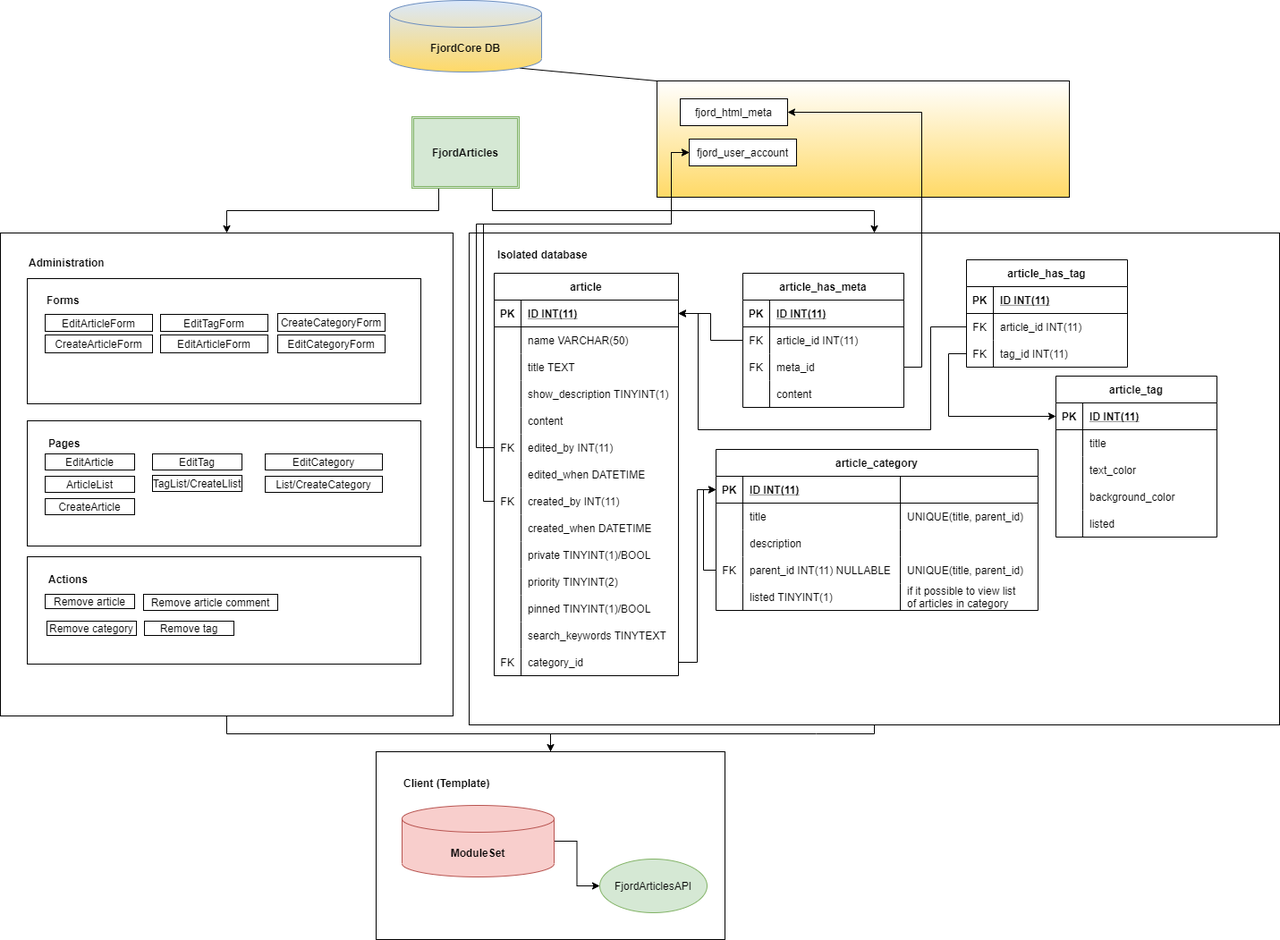
Before: Articles/model.png, a diagram exported from draw.io (fjordcms/modules). Source tidied: cells renumbered, new cells last; positions are measured from the earlier drawing's top-left corner, leaving out a move shared by most shapes.
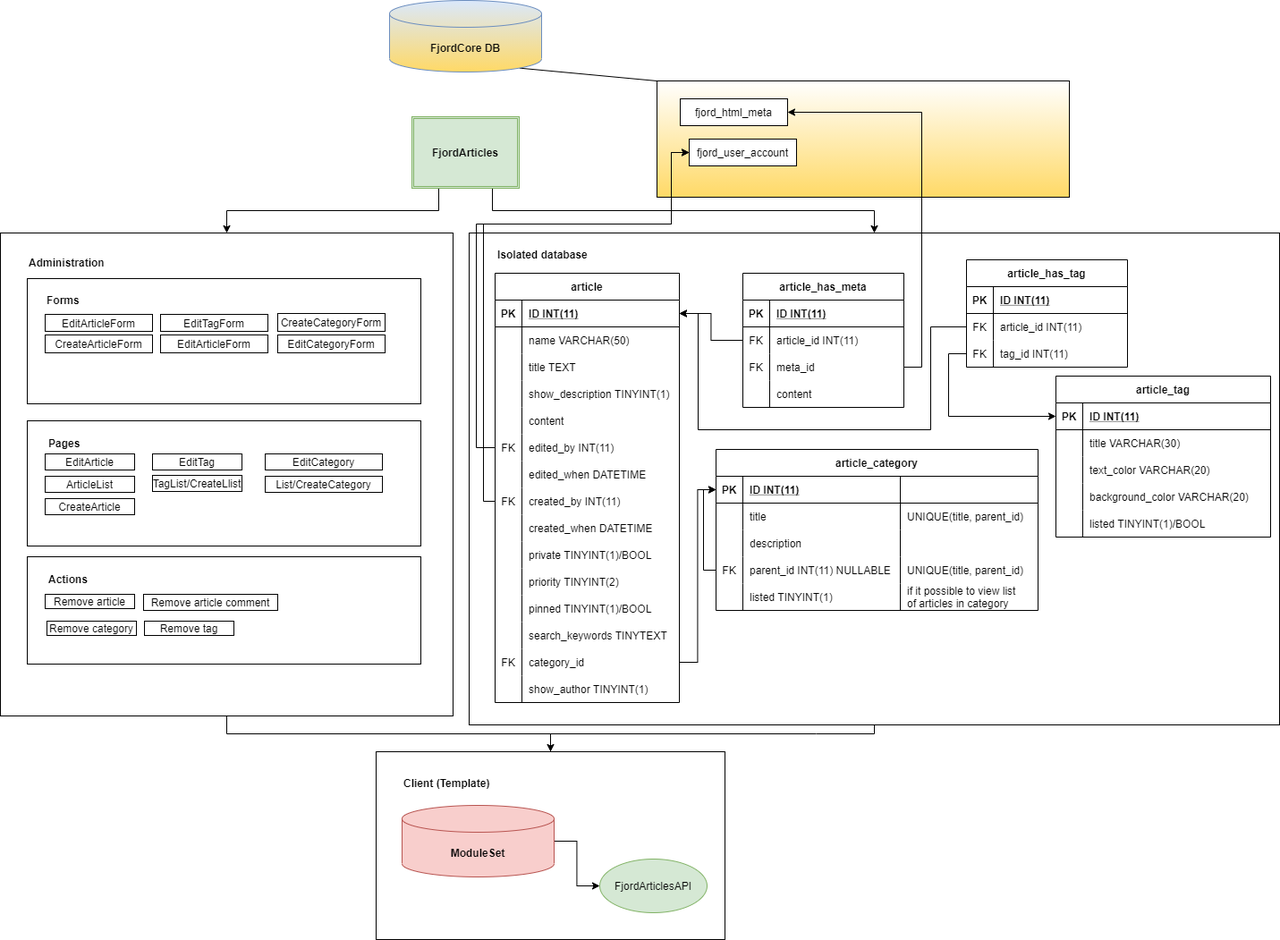
After the commit.

Commit message:
changed models (diagrams), created userprofile diagram and navigation module

Change to the diagram source:
```diff
@@ -20,7 +20,7 @@
       <mxGeometry x="524" y="260" width="906" height="550" as="geometry" />
     </mxCell>
     <mxCell id="6" value="article" style="shape=table;startSize=30;rowLines=0;fontStyle=1;align=center;" parent="1" vertex="1">
-      <mxGeometry x="552" y="305" width="206" height="450" as="geometry" />
+      <mxGeometry x="553" y="305" width="206" height="480" as="geometry" />
     </mxCell>
     <mxCell id="7" style="shape=tableRow;horizontal=0;startSize=0;swimlaneHead=0;swimlaneBody=0;fillColor=none;points=[[0,0.5],[1,0.5]];portConstraint=eastwest;top=0;left=0;right=0;bottom=1;" parent="6" vertex="1">
       <mxGeometry y="30" width="206" height="30" as="geometry" />
@@ -148,6 +148,15 @@
     <mxCell id="48" value="category_id" style="shape=partialRectangle;fillColor=none;top=0;left=0;bottom=0;right=0;align=left;spacingLeft=6;overflow=hidden;" parent="46" vertex="1">
       <mxGeometry x="30" width="176" height="30" as="geometry" />
     </mxCell>
+    <mxCell id="155" style="shape=tableRow;horizontal=0;startSize=0;swimlaneHead=0;swimlaneBody=0;fillColor=none;top=0;left=0;right=0;bottom=0;" parent="6" vertex="1">
+      <mxGeometry y="450" width="206" height="30" as="geometry" />
+    </mxCell>
+    <mxCell id="156" style="shape=partialRectangle;fillColor=none;top=0;left=0;bottom=0;right=0;overflow=hidden;" parent="155" vertex="1">
+      <mxGeometry width="30" height="30" as="geometry" />
+    </mxCell>
+    <mxCell id="157" value="show_author TINYINT(1)" style="shape=partialRectangle;fillColor=none;top=0;left=0;bottom=0;right=0;align=left;spacingLeft=6;overflow=hidden;" parent="155" vertex="1">
+      <mxGeometry x="30" width="176" height="30" as="geometry" />
+    </mxCell>
     <mxCell id="49" value="article_has_meta" style="shape=table;startSize=30;rowLines=0;fontStyle=1;align=center;" parent="1" vertex="1">
       <mxGeometry x="830" y="305" width="180" height="150" as="geometry" />
     </mxCell>
@@ -361,52 +370,52 @@
       <mxGeometry x="161" y="694" width="100" height="16" as="geometry" />
     </mxCell>
     <mxCell id="118" value="article_tag" style="shape=table;startSize=30;rowLines=0;fontStyle=1;align=center;" parent="1" vertex="1">
-      <mxGeometry x="1180" y="420" width="180" height="180" as="geometry" />
+      <mxGeometry x="1180" y="420" width="240" height="180" as="geometry" />
     </mxCell>
     <mxCell id="119" style="shape=tableRow;horizontal=0;startSize=0;swimlaneHead=0;swimlaneBody=0;fillColor=none;top=0;left=0;right=0;bottom=1;" parent="118" vertex="1">
-      <mxGeometry y="30" width="180" height="30" as="geometry" />
+      <mxGeometry y="30" width="240" height="30" as="geometry" />
     </mxCell>
     <mxCell id="120" value="PK" style="shape=partialRectangle;fillColor=none;top=0;left=0;bottom=0;right=0;fontStyle=1;overflow=hidden;" parent="119" vertex="1">
       <mxGeometry width="30" height="30" as="geometry" />
     </mxCell>
     <mxCell id="121" value="ID INT(11)" style="shape=partialRectangle;fillColor=none;top=0;left=0;bottom=0;right=0;align=left;spacingLeft=6;fontStyle=5;overflow=hidden;" parent="119" vertex="1">
-      <mxGeometry x="30" width="150" height="30" as="geometry" />
+      <mxGeometry x="30" width="210" height="30" as="geometry" />
     </mxCell>
     <mxCell id="122" style="shape=tableRow;horizontal=0;startSize=0;swimlaneHead=0;swimlaneBody=0;fillColor=none;top=0;left=0;right=0;bottom=0;" parent="118" vertex="1">
-      <mxGeometry y="60" width="180" height="30" as="geometry" />
+      <mxGeometry y="60" width="240" height="30" as="geometry" />
     </mxCell>
     <mxCell id="123" style="shape=partialRectangle;fillColor=none;top=0;left=0;bottom=0;right=0;overflow=hidden;" parent="122" vertex="1">
       <mxGeometry width="30" height="30" as="geometry" />
     </mxCell>
-    <mxCell id="124" value="title" style="shape=partialRectangle;fillColor=none;top=0;left=0;bottom=0;right=0;align=left;spacingLeft=6;overflow=hidden;" parent="122" vertex="1">
-      <mxGeometry x="30" width="150" height="30" as="geometry" />
+    <mxCell id="124" value="title VARCHAR(30)" style="shape=partialRectangle;fillColor=none;top=0;left=0;bottom=0;right=0;align=left;spacingLeft=6;overflow=hidden;" parent="122" vertex="1">
+      <mxGeometry x="30" width="210" height="30" as="geometry" />
     </mxCell>
     <mxCell id="125" style="shape=tableRow;horizontal=0;startSize=0;swimlaneHead=0;swimlaneBody=0;fillColor=none;top=0;left=0;right=0;bottom=0;" parent="118" vertex="1">
-      <mxGeometry y="90" width="180" height="30" as="geometry" />
+      <mxGeometry y="90" width="240" height="30" as="geometry" />
     </mxCell>
     <mxCell id="126" style="shape=partialRectangle;fillColor=none;top=0;left=0;bottom=0;right=0;overflow=hidden;" parent="125" vertex="1">
       <mxGeometry width="30" height="30" as="geometry" />
     </mxCell>
-    <mxCell id="127" value="text_color" style="shape=partialRectangle;fillColor=none;top=0;left=0;bottom=0;right=0;align=left;spacingLeft=6;overflow=hidden;" parent="125" vertex="1">
-      <mxGeometry x="30" width="150" height="30" as="geometry" />
+    <mxCell id="127" value="text_color VARCHAR(20)" style="shape=partialRectangle;fillColor=none;top=0;left=0;bottom=0;right=0;align=left;spacingLeft=6;overflow=hidden;" parent="125" vertex="1">
+      <mxGeometry x="30" width="210" height="30" as="geometry" />
     </mxCell>
     <mxCell id="128" style="shape=tableRow;horizontal=0;startSize=0;swimlaneHead=0;swimlaneBody=0;fillColor=none;top=0;left=0;right=0;bottom=0;" parent="118" vertex="1">
-      <mxGeometry y="120" width="180" height="30" as="geometry" />
+      <mxGeometry y="120" width="240" height="30" as="geometry" />
     </mxCell>
     <mxCell id="129" style="shape=partialRectangle;fillColor=none;top=0;left=0;bottom=0;right=0;overflow=hidden;" parent="128" vertex="1">
       <mxGeometry width="30" height="30" as="geometry" />
     </mxCell>
-    <mxCell id="130" value="background_color" style="shape=partialRectangle;fillColor=none;top=0;left=0;bottom=0;right=0;align=left;spacingLeft=6;overflow=hidden;" parent="128" vertex="1">
-      <mxGeometry x="30" width="150" height="30" as="geometry" />
+    <mxCell id="130" value="background_color VARCHAR(20)" style="shape=partialRectangle;fillColor=none;top=0;left=0;bottom=0;right=0;align=left;spacingLeft=6;overflow=hidden;" parent="128" vertex="1">
+      <mxGeometry x="30" width="210" height="30" as="geometry" />
     </mxCell>
     <mxCell id="131" style="shape=tableRow;horizontal=0;startSize=0;swimlaneHead=0;swimlaneBody=0;fillColor=none;top=0;left=0;right=0;bottom=0;" parent="118" vertex="1">
-      <mxGeometry y="150" width="180" height="30" as="geometry" />
+      <mxGeometry y="150" width="240" height="30" as="geometry" />
     </mxCell>
     <mxCell id="132" style="shape=partialRectangle;fillColor=none;top=0;left=0;bottom=0;right=0;overflow=hidden;" parent="131" vertex="1">
       <mxGeometry width="30" height="30" as="geometry" />
     </mxCell>
-    <mxCell id="133" value="listed" style="shape=partialRectangle;fillColor=none;top=0;left=0;bottom=0;right=0;align=left;spacingLeft=6;overflow=hidden;" parent="131" vertex="1">
-      <mxGeometry x="30" width="150" height="30" as="geometry" />
+    <mxCell id="133" value="listed TINYINT(1)/BOOL" style="shape=partialRectangle;fillColor=none;top=0;left=0;bottom=0;right=0;align=left;spacingLeft=6;overflow=hidden;" parent="131" vertex="1">
+      <mxGeometry x="30" width="210" height="30" as="geometry" />
     </mxCell>
     <mxCell id="134" style="edgeStyle=none;rounded=0;jettySize=auto;html=1;exitX=0.855;exitY=1;exitDx=0;exitDy=-4.35;exitPerimeter=0;entryX=0;entryY=0;entryDx=0;entryDy=0;endArrow=none;endFill=0;" parent="1" edge="1" source="135" target="148">
       <mxGeometry relative="1" as="geometry" />
```
